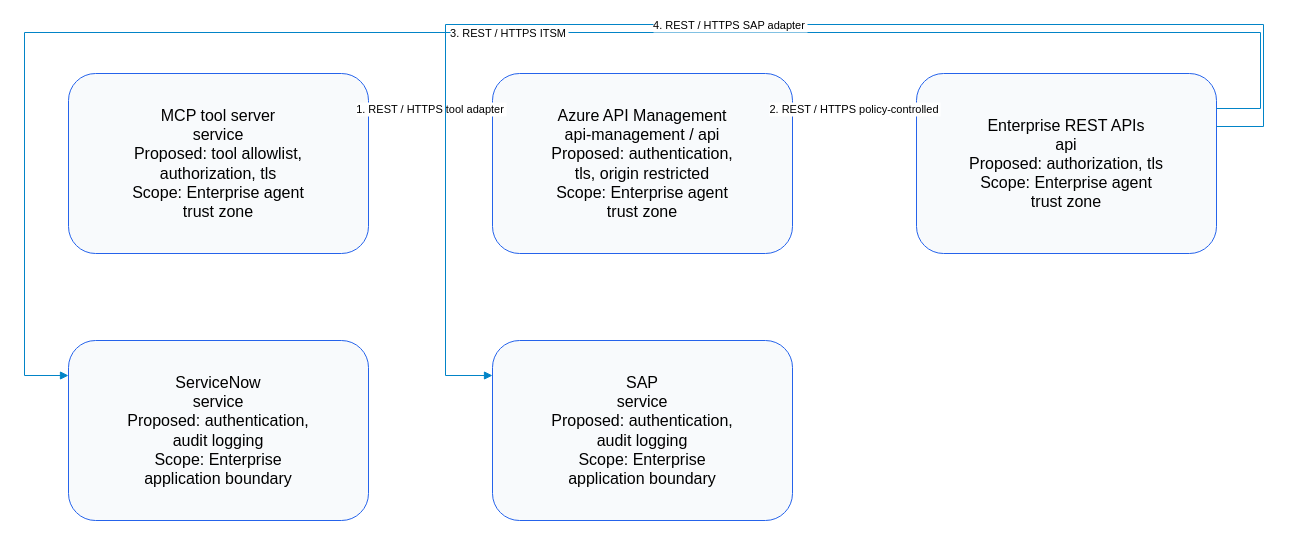
The draw.io diagram page "2 · Enterprise REST integration" (2 of 5) of docs/downloads/mcp-compact.drawio in avinash7509/archi-made-easy, before the edit. Source tidied: cells renumbered, new cells numbered last; positions are measured from the earlier drawing's top-left corner, leaving out a move shared by most shapes. Both pictures are drawn from the tidied source at 100%, with x=0, y=0 at pixel (24, 24).
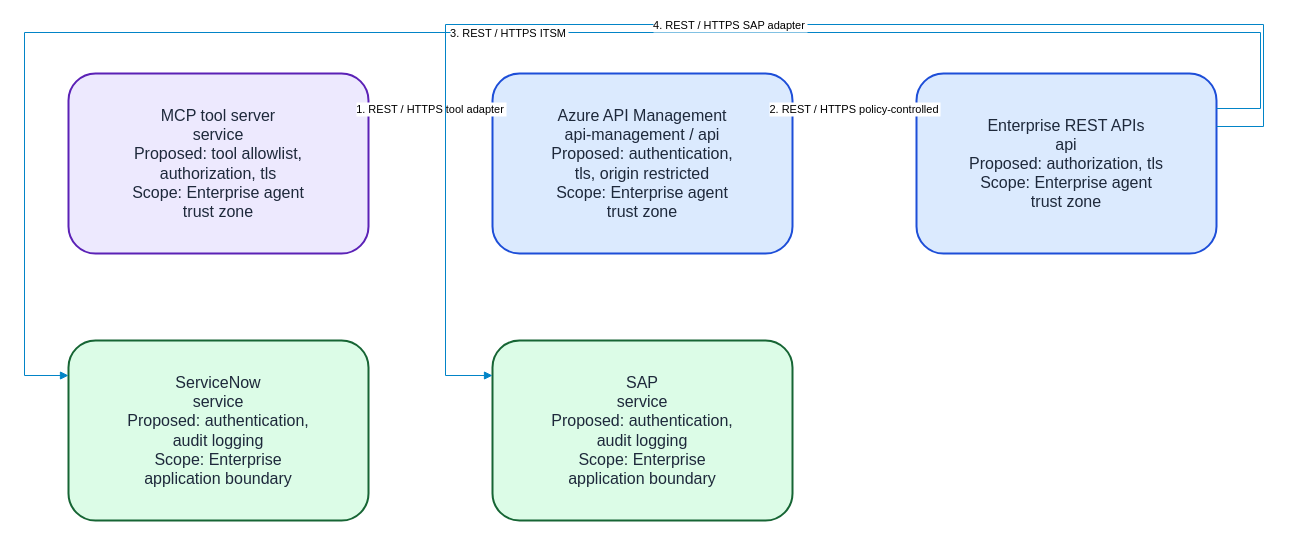
The same page after the edit.

What changed in the source:
```diff
@@
 <mxGraphModel>
   <root>
     <mxCell id="0" />
     <mxCell id="1" parent="0" />
-    <mxCell id="2" value="MCP tool server&#10;service&#10;Proposed: tool allowlist,&#10;authorization, tls&#10;Scope: Enterprise agent&#10;trust zone" style="rounded=1;whiteSpace=wrap;html=0;fontSize=16;fillColor=#f8fafc;strokeColor=#2563eb;" parent="1" vertex="1">
+    <mxCell id="2" value="MCP tool server&#10;service&#10;Proposed: tool allowlist,&#10;authorization, tls&#10;Scope: Enterprise agent&#10;trust zone" style="rounded=1;whiteSpace=wrap;html=0;fontSize=16;fontColor=#1e293b;fillColor=#ede9fe;strokeColor=#5b21b6;strokeWidth=2;" parent="1" vertex="1">
       <mxGeometry x="44" y="49" width="300" height="180" as="geometry" />
     </mxCell>
-    <mxCell id="3" value="Azure API Management&#10;api-management / api&#10;Proposed: authentication,&#10;tls, origin restricted&#10;Scope: Enterprise agent&#10;trust zone" style="rounded=1;whiteSpace=wrap;html=0;fontSize=16;fillColor=#f8fafc;strokeColor=#2563eb;" parent="1" vertex="1">
+    <mxCell id="3" value="Azure API Management&#10;api-management / api&#10;Proposed: authentication,&#10;tls, origin restricted&#10;Scope: Enterprise agent&#10;trust zone" style="rounded=1;whiteSpace=wrap;html=0;fontSize=16;fontColor=#1e293b;fillColor=#dbeafe;strokeColor=#1d4ed8;strokeWidth=2;" parent="1" vertex="1">
       <mxGeometry x="468" y="49" width="300" height="180" as="geometry" />
     </mxCell>
-    <mxCell id="4" value="Enterprise REST APIs&#10;api&#10;Proposed: authorization, tls&#10;Scope: Enterprise agent&#10;trust zone" style="rounded=1;whiteSpace=wrap;html=0;fontSize=16;fillColor=#f8fafc;strokeColor=#2563eb;" parent="1" vertex="1">
+    <mxCell id="4" value="Enterprise REST APIs&#10;api&#10;Proposed: authorization, tls&#10;Scope: Enterprise agent&#10;trust zone" style="rounded=1;whiteSpace=wrap;html=0;fontSize=16;fontColor=#1e293b;fillColor=#dbeafe;strokeColor=#1d4ed8;strokeWidth=2;" parent="1" vertex="1">
       <mxGeometry x="892" y="49" width="300" height="180" as="geometry" />
     </mxCell>
-    <mxCell id="5" value="ServiceNow&#10;service&#10;Proposed: authentication,&#10;audit logging&#10;Scope: Enterprise&#10;application boundary" style="rounded=1;whiteSpace=wrap;html=0;fontSize=16;fillColor=#f8fafc;strokeColor=#2563eb;" parent="1" vertex="1">
+    <mxCell id="5" value="ServiceNow&#10;service&#10;Proposed: authentication,&#10;audit logging&#10;Scope: Enterprise&#10;application boundary" style="rounded=1;whiteSpace=wrap;html=0;fontSize=16;fontColor=#1e293b;fillColor=#dcfce7;strokeColor=#166534;strokeWidth=2;" parent="1" vertex="1">
       <mxGeometry x="44" y="316" width="300" height="180" as="geometry" />
     </mxCell>
-    <mxCell id="6" value="SAP&#10;service&#10;Proposed: authentication,&#10;audit logging&#10;Scope: Enterprise&#10;application boundary" style="rounded=1;whiteSpace=wrap;html=0;fontSize=16;fillColor=#f8fafc;strokeColor=#2563eb;" parent="1" vertex="1">
+    <mxCell id="6" value="SAP&#10;service&#10;Proposed: authentication,&#10;audit logging&#10;Scope: Enterprise&#10;application boundary" style="rounded=1;whiteSpace=wrap;html=0;fontSize=16;fontColor=#1e293b;fillColor=#dcfce7;strokeColor=#166534;strokeWidth=2;" parent="1" vertex="1">
       <mxGeometry x="468" y="316" width="300" height="180" as="geometry" />
     </mxCell>
     <mxCell id="7" value="1. REST / HTTPS tool adapter" style="edgeStyle=orthogonalEdgeStyle;rounded=0;html=0;endArrow=block;exitX=1;entryX=0;exitY=0.19444444444444445;entryY=0.19444444444444445;strokeColor=#0284c7;dashed=0;" parent="1" edge="1" source="2" target="3">
       <mxGeometry relative="1" as="geometry">
         <Array as="points">
           <mxPoint x="406" y="84" />
           <mxPoint x="406" y="84" />
         </Array>
       </mxGeometry>
     </mxCell>
     <mxCell id="8" value="2. REST / HTTPS policy-controlled" style="edgeStyle=orthogonalEdgeStyle;rounded=0;html=0;endArrow=block;exitX=1;entryX=0;exitY=0.19444444444444445;entryY=0.19444444444444445;strokeColor=#0284c7;dashed=0;" parent="1" edge="1" source="3" target="4">
       <mxGeometry relative="1" as="geometry">
         <Array as="points">
           <mxPoint x="830" y="84" />
           <mxPoint x="830" y="84" />
         </Array>
       </mxGeometry>
     </mxCell>
     <mxCell id="9" value="3. REST / HTTPS ITSM" style="edgeStyle=orthogonalEdgeStyle;rounded=0;html=0;endArrow=block;exitX=1;entryX=0;exitY=0.19444444444444445;entryY=0.19444444444444445;strokeColor=#0284c7;dashed=0;" parent="1" edge="1" source="4" target="5">
       <mxGeometry relative="1" as="geometry">
         <Array as="points">
           <mxPoint x="1236" y="84" />
           <mxPoint x="1236" y="8" />
           <mxPoint y="8" />
           <mxPoint y="351" />
         </Array>
       </mxGeometry>
     </mxCell>
     <mxCell id="10" value="4. REST / HTTPS SAP adapter" style="edgeStyle=orthogonalEdgeStyle;rounded=0;html=0;endArrow=block;exitX=1;entryX=0;exitY=0.29444444444444445;entryY=0.19444444444444445;strokeColor=#0284c7;dashed=0;" parent="1" edge="1" source="4" target="6">
       <mxGeometry relative="1" as="geometry">
         <Array as="points">
           <mxPoint x="1239" y="102" />
           <mxPoint x="1239" />
           <mxPoint x="421" />
           <mxPoint x="421" y="351" />
         </Array>
       </mxGeometry>
     </mxCell>
   </root>
 </mxGraphModel>
```
